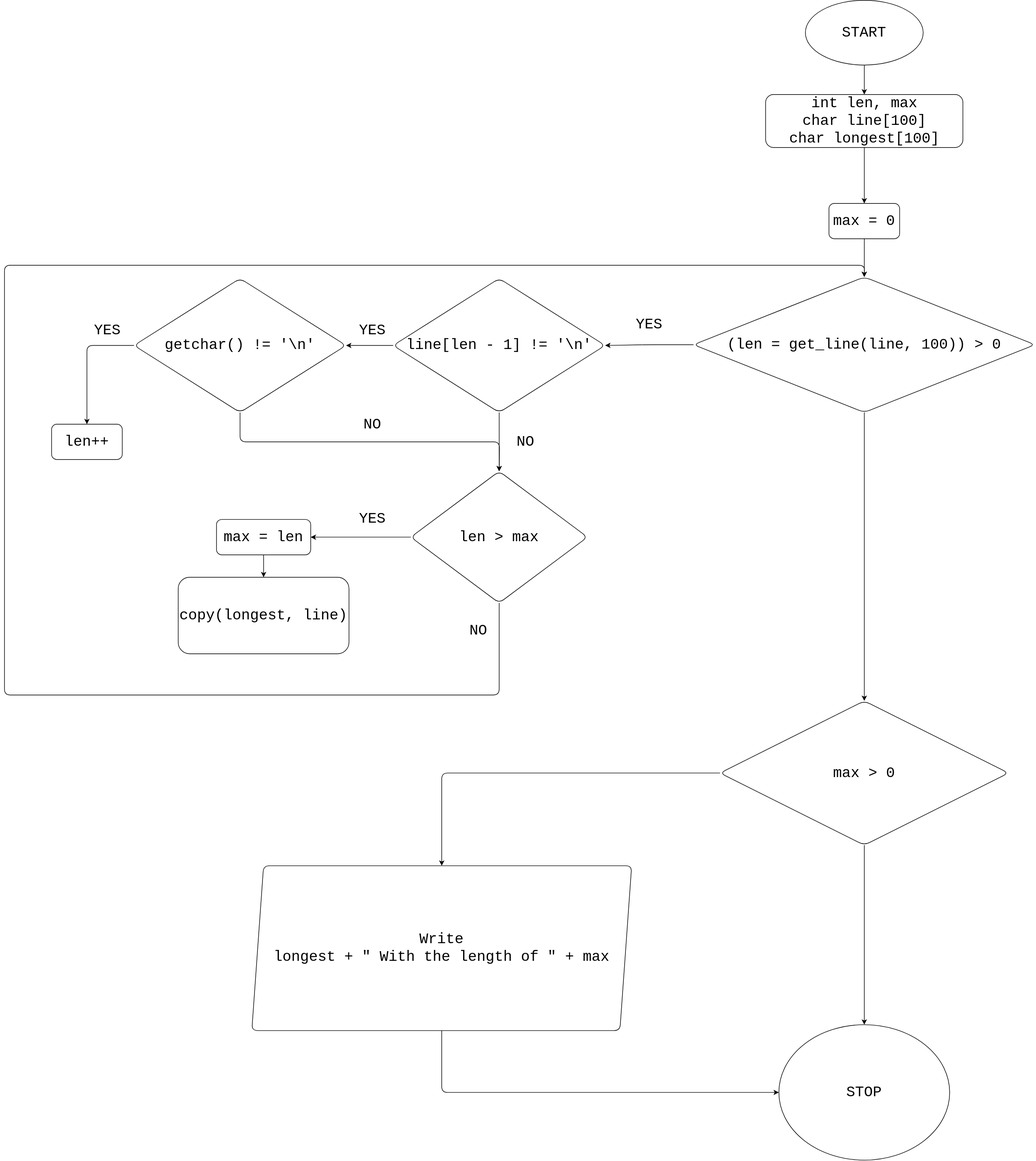
imbeweronvirtual/K-R-exercises keeps this draw.io diagram as 1.13-1.24/1.16/1-16.drawio.svg. Above is the earlier version. Source tidied: cells renumbered, new cells last; positions are measured from the earlier drawing's top-left corner, leaving out a move shared by most shapes.
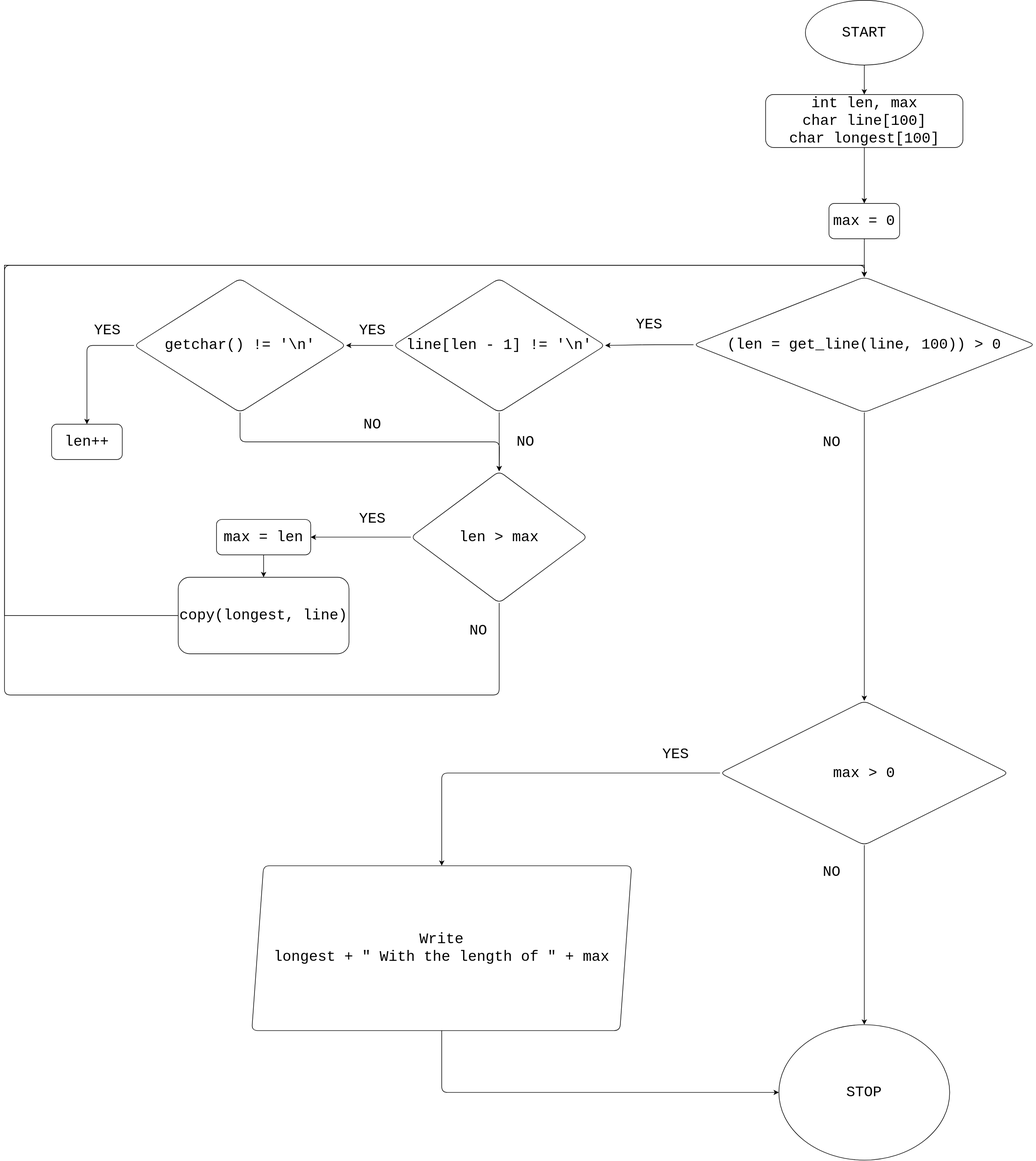
Above is the later version.

Commit message:
More flowcharts. Errors fixed

What changed in the source:
```diff
@@ -83,6 +83,15 @@
     <mxCell id="25" value="max = len" style="whiteSpace=wrap;html=1;fontSize=25;fontFamily=Courier New;labelBackgroundColor=none;rounded=1;" parent="1" vertex="1">
       <mxGeometry x="360" y="881.9" width="160" height="60" as="geometry" />
     </mxCell>
+    <mxCell id="37" style="edgeStyle=orthogonalEdgeStyle;rounded=0;jettySize=auto;html=1;exitX=0;exitY=0.5;exitDx=0;exitDy=0;entryX=0.5;entryY=0;entryDx=0;entryDy=0;" parent="1" edge="1" source="26" target="10">
+      <mxGeometry relative="1" as="geometry">
+        <Array as="points">
+          <mxPoint y="1045" />
+          <mxPoint y="450" />
+          <mxPoint x="1460" y="450" />
+        </Array>
+      </mxGeometry>
+    </mxCell>
     <mxCell id="26" value="copy(longest, line)" style="whiteSpace=wrap;html=1;fontSize=25;fontFamily=Courier New;labelBackgroundColor=none;rounded=1;" parent="1" vertex="1">
       <mxGeometry x="295" y="980" width="290" height="130" as="geometry" />
     </mxCell>
@@ -116,5 +125,14 @@
     <mxCell id="36" value="&lt;font style=&quot;font-size: 25px;&quot; face=&quot;Courier New&quot;&gt;STOP&lt;/font&gt;" style="ellipse;whiteSpace=wrap;html=1;labelBackgroundColor=none;rounded=1;" parent="1" vertex="1">
       <mxGeometry x="1315" y="1740" width="290" height="230" as="geometry" />
     </mxCell>
+    <mxCell id="38" value="&lt;font face=&quot;Courier New&quot; style=&quot;font-size: 25px;&quot;&gt;YES&lt;/font&gt;" style="text;html=1;align=center;verticalAlign=middle;whiteSpace=wrap;rounded=1;labelBackgroundColor=none;" parent="1" vertex="1">
+      <mxGeometry x="1065" y="1250" width="150" height="62.5" as="geometry" />
+    </mxCell>
+    <mxCell id="39" value="&lt;font face=&quot;Courier New&quot; style=&quot;font-size: 25px;&quot;&gt;NO&lt;/font&gt;" style="text;html=1;align=center;verticalAlign=middle;whiteSpace=wrap;rounded=1;labelBackgroundColor=none;" parent="1" vertex="1">
+      <mxGeometry x="1330" y="1450" width="150" height="62.5" as="geometry" />
+    </mxCell>
+    <mxCell id="40" value="&lt;font face=&quot;Courier New&quot; style=&quot;font-size: 25px;&quot;&gt;NO&lt;/font&gt;" style="text;html=1;align=center;verticalAlign=middle;whiteSpace=wrap;rounded=1;labelBackgroundColor=none;" parent="1" vertex="1">
+      <mxGeometry x="1330" y="720" width="150" height="62.5" as="geometry" />
+    </mxCell>
   </root>
 </mxGraphModel>
```
